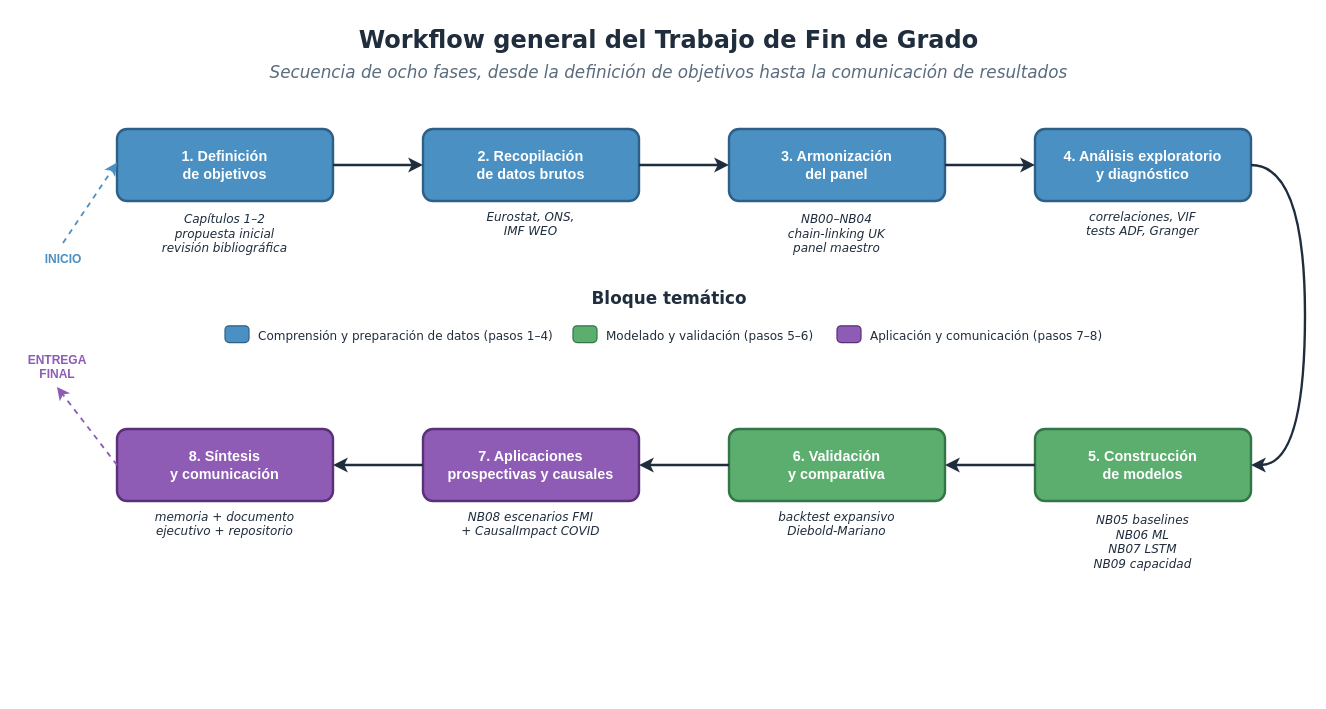
Earlier version of the draw.io diagram schemas/fig_4_2_workflow.drawio (DieGodMF4/Macro-Aviation-Tourism-Modeling). Source tidied: cells renumbered, new cells numbered last; positions are measured from the earlier drawing's top-left corner, leaving out a move shared by most shapes. Both pictures are drawn from the tidied source at 120%, with x=0, y=0 at pixel (20, 20).
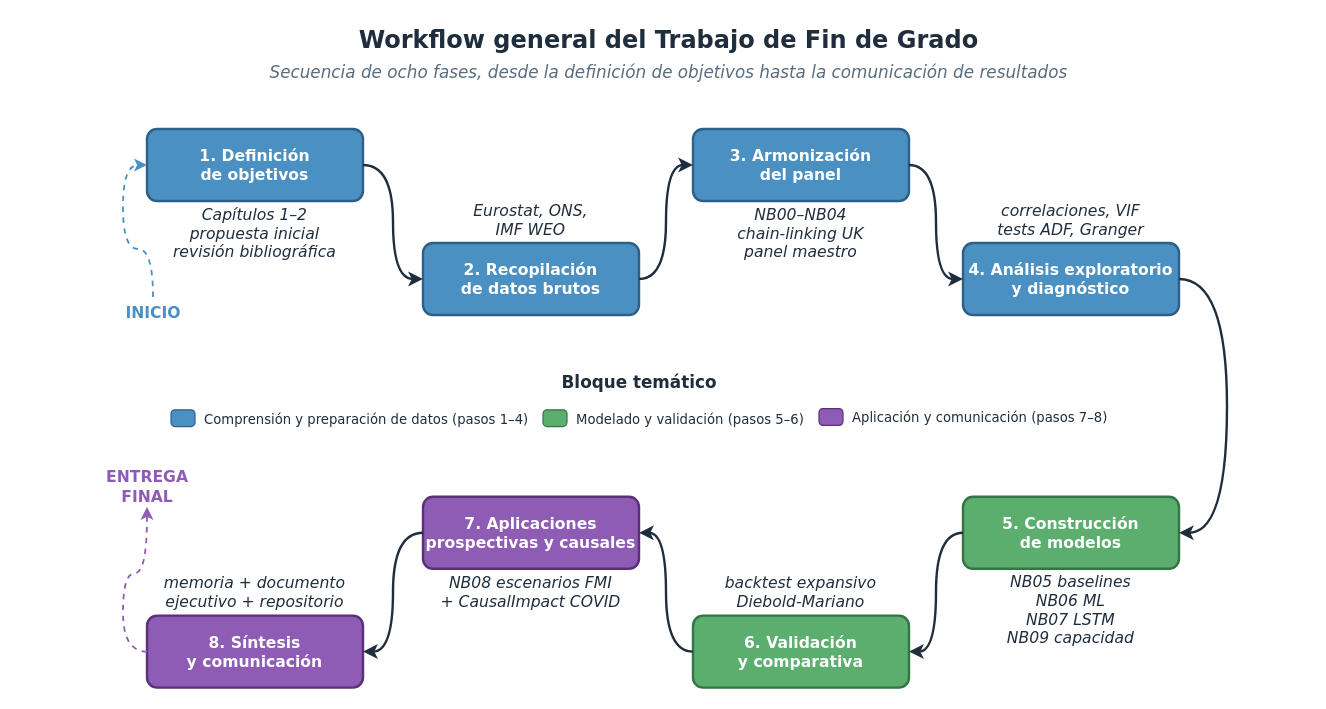
The same diagram, later.

Diff of the diagram source:
```diff
@@
-    <mxCell id="4" value="INICIO" style="text;html=1;strokeColor=none;fillColor=none;align=center;verticalAlign=middle;fontSize=10;fontStyle=1;fontColor=#4A90C2;" parent="1" vertex="1">
-      <mxGeometry y="185" width="70" height="25" as="geometry" />
+    <mxCell id="4" value="INICIO" style="text;html=1;strokeColor=none;fillColor=none;align=center;verticalAlign=middle;fontSize=13;fontStyle=1;fontColor=#4A90C2;fontFamily=Verdana;" parent="1" vertex="1">
+      <mxGeometry x="75" y="230" width="70" height="25" as="geometry" />
     </mxCell>
-    <mxCell id="5" value="ENTREGA&#10;FINAL" style="text;html=1;strokeColor=none;fillColor=none;align=center;verticalAlign=middle;fontSize=10;fontStyle=1;fontColor=#8E5BB5;" parent="1" vertex="1">
-      <mxGeometry y="270" width="60" height="35" as="geometry" />
+    <mxCell id="5" value="ENTREGA&#10;FINAL" style="text;html=1;strokeColor=none;fillColor=none;align=center;verticalAlign=middle;fontSize=13;fontStyle=1;fontColor=#8E5BB5;fontFamily=Verdana;" parent="1" vertex="1">
+      <mxGeometry x="75" y="370" width="60" height="35" as="geometry" />
     </mxCell>
-    <mxCell id="6" value="1. Definición&#10;de objetivos" style="rounded=1;whiteSpace=wrap;html=1;fillColor=#4A90C2;strokeColor=#2E5F87;strokeWidth=2;fontColor=#FFFFFF;fontSize=12;fontStyle=1;arcSize=14;" parent="1" vertex="1">
-      <mxGeometry x="80" y="90" width="180" height="60" as="geometry" />
+    <mxCell id="6" value="1. Definición&#10;de objetivos" style="rounded=1;whiteSpace=wrap;html=1;fillColor=#4A90C2;strokeColor=#2E5F87;strokeWidth=2;fontColor=#FFFFFF;fontSize=13;fontStyle=1;arcSize=14;fontFamily=Verdana;" parent="1" vertex="1">
+      <mxGeometry x="105" y="90" width="180" height="60" as="geometry" />
     </mxCell>
-    <mxCell id="7" value="&lt;font face=&quot;Verdana&quot;&gt;Capítulos 1–2&lt;br&gt;propuesta inicial&lt;br&gt;revisión bibliográfica&lt;/font&gt;" style="text;html=1;strokeColor=none;fillColor=none;align=center;verticalAlign=middle;fontSize=10;fontStyle=2;fontColor=#1F2D3D;whiteSpace=wrap;" parent="1" vertex="1">
-      <mxGeometry x="80" y="153" width="180" height="48" as="geometry" />
+    <mxCell id="7" value="&lt;font&gt;Capítulos 1–2&lt;br&gt;propuesta inicial&lt;br&gt;revisión bibliográfica&lt;/font&gt;" style="text;html=1;strokeColor=none;fillColor=none;align=center;verticalAlign=middle;fontSize=13;fontStyle=2;fontColor=#1F2D3D;whiteSpace=wrap;fontFamily=Verdana;" parent="1" vertex="1">
+      <mxGeometry x="105" y="153" width="180" height="48" as="geometry" />
     </mxCell>
-    <mxCell id="8" value="2. Recopilación&#10;de datos brutos" style="rounded=1;whiteSpace=wrap;html=1;fillColor=#4A90C2;strokeColor=#2E5F87;strokeWidth=2;fontColor=#FFFFFF;fontSize=12;fontStyle=1;arcSize=14;" parent="1" vertex="1">
-      <mxGeometry x="335" y="90" width="180" height="60" as="geometry" />
+    <mxCell id="8" value="2. Recopilación&#10;de datos brutos" style="rounded=1;whiteSpace=wrap;html=1;fillColor=#4A90C2;strokeColor=#2E5F87;strokeWidth=2;fontColor=#FFFFFF;fontSize=13;fontStyle=1;arcSize=14;fontFamily=Verdana;" parent="1" vertex="1">
+      <mxGeometry x="335" y="185" width="180" height="60" as="geometry" />
     </mxCell>
-    <mxCell id="9" value="&lt;font face=&quot;Verdana&quot;&gt;Eurostat, ONS,&lt;br&gt;IMF WEO&lt;/font&gt;" style="text;html=1;strokeColor=none;fillColor=none;align=center;verticalAlign=middle;fontSize=10;fontStyle=2;fontColor=#1F2D3D;whiteSpace=wrap;" parent="1" vertex="1">
-      <mxGeometry x="335" y="153" width="180" height="32" as="geometry" />
+    <mxCell id="9" value="&lt;font&gt;Eurostat, ONS,&lt;br&gt;IMF WEO&lt;/font&gt;" style="text;html=1;strokeColor=none;fillColor=none;align=center;verticalAlign=middle;fontSize=13;fontStyle=2;fontColor=#1F2D3D;whiteSpace=wrap;fontFamily=Verdana;" parent="1" vertex="1">
+      <mxGeometry x="335" y="150" width="180" height="32" as="geometry" />
     </mxCell>
-    <mxCell id="10" value="3. Armonización&#10;del panel" style="rounded=1;whiteSpace=wrap;html=1;fillColor=#4A90C2;strokeColor=#2E5F87;strokeWidth=2;fontColor=#FFFFFF;fontSize=12;fontStyle=1;arcSize=14;" parent="1" vertex="1">
-      <mxGeometry x="590" y="90" width="180" height="60" as="geometry" />
+    <mxCell id="10" value="3. Armonización&#10;del panel" style="rounded=1;whiteSpace=wrap;html=1;fillColor=#4A90C2;strokeColor=#2E5F87;strokeWidth=2;fontColor=#FFFFFF;fontSize=13;fontStyle=1;arcSize=14;fontFamily=Verdana;" parent="1" vertex="1">
+      <mxGeometry x="560" y="90" width="180" height="60" as="geometry" />
     </mxCell>
-    <mxCell id="11" value="&lt;font face=&quot;Verdana&quot;&gt;NB00–NB04&lt;br&gt;chain-linking UK&lt;br&gt;panel maestro&lt;/font&gt;" style="text;html=1;strokeColor=none;fillColor=none;align=center;verticalAlign=middle;fontSize=10;fontStyle=2;fontColor=#1F2D3D;whiteSpace=wrap;" parent="1" vertex="1">
-      <mxGeometry x="590" y="153" width="180" height="48" as="geometry" />
+    <mxCell id="11" value="&lt;font&gt;NB00–NB04&lt;br&gt;chain-linking UK&lt;br&gt;panel maestro&lt;/font&gt;" style="text;html=1;strokeColor=none;fillColor=none;align=center;verticalAlign=middle;fontSize=13;fontStyle=2;fontColor=#1F2D3D;whiteSpace=wrap;fontFamily=Verdana;" parent="1" vertex="1">
+      <mxGeometry x="560" y="153" width="180" height="48" as="geometry" />
     </mxCell>
-    <mxCell id="12" value="4. Análisis exploratorio&#10;y diagnóstico" style="rounded=1;whiteSpace=wrap;html=1;fillColor=#4A90C2;strokeColor=#2E5F87;strokeWidth=2;fontColor=#FFFFFF;fontSize=12;fontStyle=1;arcSize=14;" parent="1" vertex="1">
-      <mxGeometry x="845" y="90" width="180" height="60" as="geometry" />
+    <mxCell id="12" value="4. Análisis exploratorio&#10;y diagnóstico" style="rounded=1;whiteSpace=wrap;html=1;fillColor=#4A90C2;strokeColor=#2E5F87;strokeWidth=2;fontColor=#FFFFFF;fontSize=13;fontStyle=1;arcSize=14;fontFamily=Verdana;" parent="1" vertex="1">
+      <mxGeometry x="785" y="185" width="180" height="60" as="geometry" />
     </mxCell>
-    <mxCell id="13" value="&lt;font face=&quot;Verdana&quot;&gt;correlaciones, VIF&lt;br&gt;tests ADF, Granger&lt;/font&gt;" style="text;html=1;strokeColor=none;fillColor=none;align=center;verticalAlign=middle;fontSize=10;fontStyle=2;fontColor=#1F2D3D;whiteSpace=wrap;" parent="1" vertex="1">
-      <mxGeometry x="845" y="153" width="180" height="32" as="geometry" />
+    <mxCell id="13" value="&lt;font&gt;correlaciones, VIF&lt;br&gt;tests ADF, Granger&lt;/font&gt;" style="text;html=1;strokeColor=none;fillColor=none;align=center;verticalAlign=middle;fontSize=13;fontStyle=2;fontColor=#1F2D3D;whiteSpace=wrap;fontFamily=Verdana;" parent="1" vertex="1">
+      <mxGeometry x="785" y="150" width="180" height="32" as="geometry" />
     </mxCell>
-    <mxCell id="14" value="5. Construcción&#10;de modelos" style="rounded=1;whiteSpace=wrap;html=1;fillColor=#5BAE6E;strokeColor=#327547;strokeWidth=2;fontColor=#FFFFFF;fontSize=12;fontStyle=1;arcSize=14;" parent="1" vertex="1">
-      <mxGeometry x="845" y="340" width="180" height="60" as="geometry" />
+    <mxCell id="14" value="5. Construcción&#10;de modelos" style="rounded=1;whiteSpace=wrap;html=1;fillColor=#5BAE6E;strokeColor=#327547;strokeWidth=2;fontColor=#FFFFFF;fontSize=13;fontStyle=1;arcSize=14;fontFamily=Verdana;" parent="1" vertex="1">
+      <mxGeometry x="785" y="396.5" width="180" height="60" as="geometry" />
     </mxCell>
-    <mxCell id="15" value="&lt;font face=&quot;Verdana&quot;&gt;NB05 baselines&lt;br&gt;NB06 ML&lt;br&gt;NB07 LSTM&lt;br&gt;NB09 capacidad&lt;/font&gt;" style="text;html=1;strokeColor=none;fillColor=none;align=center;verticalAlign=middle;fontSize=10;fontStyle=2;fontColor=#1F2D3D;whiteSpace=wrap;" parent="1" vertex="1">
-      <mxGeometry x="845" y="403" width="180" height="62" as="geometry" />
+    <mxCell id="15" value="&lt;font&gt;NB05 baselines&lt;br&gt;NB06 ML&lt;br&gt;NB07 LSTM&lt;br&gt;NB09 capacidad&lt;/font&gt;" style="text;html=1;strokeColor=none;fillColor=none;align=center;verticalAlign=middle;fontSize=13;fontStyle=2;fontColor=#1F2D3D;whiteSpace=wrap;fontFamily=Verdana;" parent="1" vertex="1">
+      <mxGeometry x="785" y="459.5" width="180" height="62" as="geometry" />
     </mxCell>
-    <mxCell id="16" value="6. Validación&#10;y comparativa" style="rounded=1;whiteSpace=wrap;html=1;fillColor=#5BAE6E;strokeColor=#327547;strokeWidth=2;fontColor=#FFFFFF;fontSize=12;fontStyle=1;arcSize=14;" parent="1" vertex="1">
-      <mxGeometry x="590" y="340" width="180" height="60" as="geometry" />
+    <mxCell id="16" value="6. Validación&#10;y comparativa" style="rounded=1;whiteSpace=wrap;html=1;fillColor=#5BAE6E;strokeColor=#327547;strokeWidth=2;fontColor=#FFFFFF;fontSize=13;fontStyle=1;arcSize=14;fontFamily=Verdana;" parent="1" vertex="1">
+      <mxGeometry x="560" y="495.5" width="180" height="60" as="geometry" />
     </mxCell>
-    <mxCell id="17" value="&lt;font face=&quot;Verdana&quot;&gt;backtest expansivo&lt;br&gt;Diebold-Mariano&lt;/font&gt;" style="text;html=1;strokeColor=none;fillColor=none;align=center;verticalAlign=middle;fontSize=10;fontStyle=2;fontColor=#1F2D3D;whiteSpace=wrap;" parent="1" vertex="1">
-      <mxGeometry x="590" y="403" width="180" height="32" as="geometry" />
+    <mxCell id="17" value="&lt;font&gt;backtest expansivo&lt;br&gt;Diebold-Mariano&lt;/font&gt;" style="text;html=1;strokeColor=none;fillColor=none;align=center;verticalAlign=middle;fontSize=13;fontStyle=2;fontColor=#1F2D3D;whiteSpace=wrap;fontFamily=Verdana;" parent="1" vertex="1">
+      <mxGeometry x="560" y="460" width="180" height="32" as="geometry" />
     </mxCell>
-    <mxCell id="18" value="7. Aplicaciones&#10;prospectivas y causales" style="rounded=1;whiteSpace=wrap;html=1;fillColor=#8E5BB5;strokeColor=#5A3079;strokeWidth=2;fontColor=#FFFFFF;fontSize=12;fontStyle=1;arcSize=14;" parent="1" vertex="1">
-      <mxGeometry x="335" y="340" width="180" height="60" as="geometry" />
+    <mxCell id="18" value="7. Aplicaciones&#10;prospectivas y causales" style="rounded=1;whiteSpace=wrap;html=1;fillColor=#8E5BB5;strokeColor=#5A3079;strokeWidth=2;fontColor=#FFFFFF;fontSize=13;fontStyle=1;arcSize=14;fontFamily=Verdana;" parent="1" vertex="1">
+      <mxGeometry x="335" y="396.5" width="180" height="60" as="geometry" />
     </mxCell>
-    <mxCell id="19" value="&lt;font face=&quot;Verdana&quot;&gt;NB08 escenarios FMI&lt;br&gt;+ CausalImpact COVID&lt;/font&gt;" style="text;html=1;strokeColor=none;fillColor=none;align=center;verticalAlign=middle;fontSize=10;fontStyle=2;fontColor=#1F2D3D;whiteSpace=wrap;" parent="1" vertex="1">
-      <mxGeometry x="335" y="403" width="180" height="32" as="geometry" />
+    <mxCell id="19" value="&lt;font&gt;NB08 escenarios FMI&lt;br&gt;+ CausalImpact COVID&lt;/font&gt;" style="text;html=1;strokeColor=none;fillColor=none;align=center;verticalAlign=middle;fontSize=13;fontStyle=2;fontColor=#1F2D3D;whiteSpace=wrap;fontFamily=Verdana;" parent="1" vertex="1">
+      <mxGeometry x="335" y="459.5" width="180" height="32" as="geometry" />
     </mxCell>
-    <mxCell id="20" value="8. Síntesis&#10;y comunicación" style="rounded=1;whiteSpace=wrap;html=1;fillColor=#8E5BB5;strokeColor=#5A3079;strokeWidth=2;fontColor=#FFFFFF;fontSize=12;fontStyle=1;arcSize=14;" parent="1" vertex="1">
-      <mxGeometry x="80" y="340" width="180" height="60" as="geometry" />
+    <mxCell id="20" value="8. Síntesis&#10;y comunicación" style="rounded=1;whiteSpace=wrap;html=1;fillColor=#8E5BB5;strokeColor=#5A3079;strokeWidth=2;fontColor=#FFFFFF;fontSize=13;fontStyle=1;arcSize=14;fontFamily=Verdana;" parent="1" vertex="1">
+      <mxGeometry x="105" y="495.5" width="180" height="60" as="geometry" />
     </mxCell>
-    <mxCell id="21" value="&lt;font face=&quot;Verdana&quot;&gt;memoria + documento&lt;br&gt;ejecutivo + repositorio&lt;/font&gt;" style="text;html=1;strokeColor=none;fillColor=none;align=center;verticalAlign=middle;fontSize=10;fontStyle=2;fontColor=#1F2D3D;whiteSpace=wrap;" parent="1" vertex="1">
-      <mxGeometry x="80" y="403" width="180" height="32" as="geometry" />
+    <mxCell id="21" value="&lt;font&gt;memoria + documento&lt;br&gt;ejecutivo + repositorio&lt;/font&gt;" style="text;html=1;strokeColor=none;fillColor=none;align=center;verticalAlign=middle;fontSize=13;fontStyle=2;fontColor=#1F2D3D;whiteSpace=wrap;fontFamily=Verdana;" parent="1" vertex="1">
+      <mxGeometry x="105" y="460" width="180" height="32" as="geometry" />
     </mxCell>
-    <mxCell id="22" style="endArrow=classic;html=1;rounded=0;strokeWidth=2;strokeColor=#1F2D3D;endFill=1;exitX=1;exitY=0.5;exitDx=0;exitDy=0;entryX=0;entryY=0.5;entryDx=0;entryDy=0;" parent="1" edge="1" source="6" target="8">
+    <mxCell id="22" style="endArrow=classic;html=1;rounded=0;strokeWidth=2;strokeColor=#1F2D3D;endFill=1;exitX=1;exitY=0.5;exitDx=0;exitDy=0;entryX=0;entryY=0.5;entryDx=0;entryDy=0;fontFamily=Verdana;edgeStyle=orthogonalEdgeStyle;curved=1;" parent="1" edge="1" source="6" target="8">
       <mxGeometry relative="1" as="geometry" />
     </mxCell>
-    <mxCell id="23" style="endArrow=classic;html=1;rounded=0;strokeWidth=2;strokeColor=#1F2D3D;endFill=1;exitX=1;exitY=0.5;exitDx=0;exitDy=0;entryX=0;entryY=0.5;entryDx=0;entryDy=0;" parent="1" edge="1" source="8" target="10">
+    <mxCell id="23" style="endArrow=classic;html=1;rounded=0;strokeWidth=2;strokeColor=#1F2D3D;endFill=1;exitX=1;exitY=0.5;exitDx=0;exitDy=0;entryX=0;entryY=0.5;entryDx=0;entryDy=0;fontFamily=Verdana;edgeStyle=orthogonalEdgeStyle;curved=1;" parent="1" edge="1" source="8" target="10">
       <mxGeometry relative="1" as="geometry" />
     </mxCell>
-    <mxCell id="24" style="endArrow=classic;html=1;rounded=0;strokeWidth=2;strokeColor=#1F2D3D;endFill=1;exitX=1;exitY=0.5;exitDx=0;exitDy=0;entryX=0;entryY=0.5;entryDx=0;entryDy=0;" parent="1" edge="1" source="10" target="12">
+    <mxCell id="24" style="endArrow=classic;html=1;rounded=0;strokeWidth=2;strokeColor=#1F2D3D;endFill=1;exitX=1;exitY=0.5;exitDx=0;exitDy=0;entryX=0;entryY=0.5;entryDx=0;entryDy=0;fontFamily=Verdana;edgeStyle=orthogonalEdgeStyle;curved=1;" parent="1" edge="1" source="10" target="12">
       <mxGeometry relative="1" as="geometry" />
     </mxCell>
-    <mxCell id="25" style="endArrow=classic;html=1;rounded=0;strokeWidth=2;strokeColor=#1F2D3D;endFill=1;exitX=1;exitY=0.5;exitDx=0;exitDy=0;entryX=1;entryY=0.5;entryDx=0;entryDy=0;edgeStyle=orthogonalEdgeStyle;curved=1;" parent="1" edge="1" source="12" target="14">
+    <mxCell id="25" style="endArrow=classic;html=1;rounded=0;strokeWidth=2;strokeColor=#1F2D3D;endFill=1;exitX=1;exitY=0.5;exitDx=0;exitDy=0;entryX=1;entryY=0.5;entryDx=0;entryDy=0;fontFamily=Verdana;edgeStyle=orthogonalEdgeStyle;curved=1;" parent="1" edge="1" source="12" target="14">
       <mxGeometry relative="1" as="geometry">
         <Array as="points">
-          <mxPoint x="1070" y="120" />
-          <mxPoint x="1070" y="370" />
+          <mxPoint x="1005" y="215" />
+          <mxPoint x="1005" y="427" />
         </Array>
       </mxGeometry>
     </mxCell>
-    <mxCell id="26" style="endArrow=classic;html=1;rounded=0;strokeWidth=2;strokeColor=#1F2D3D;endFill=1;exitX=0;exitY=0.5;exitDx=0;exitDy=0;entryX=1;entryY=0.5;entryDx=0;entryDy=0;" parent="1" edge="1" source="14" target="16">
+    <mxCell id="26" style="endArrow=classic;html=1;rounded=0;strokeWidth=2;strokeColor=#1F2D3D;endFill=1;exitX=0;exitY=0.5;exitDx=0;exitDy=0;entryX=1;entryY=0.5;entryDx=0;entryDy=0;fontFamily=Verdana;edgeStyle=orthogonalEdgeStyle;curved=1;" parent="1" edge="1" source="14" target="16">
       <mxGeometry relative="1" as="geometry" />
     </mxCell>
-    <mxCell id="27" style="endArrow=classic;html=1;rounded=0;strokeWidth=2;strokeColor=#1F2D3D;endFill=1;exitX=0;exitY=0.5;exitDx=0;exitDy=0;entryX=1;entryY=0.5;entryDx=0;entryDy=0;" parent="1" edge="1" source="16" target="18">
+    <mxCell id="27" style="endArrow=classic;html=1;rounded=0;strokeWidth=2;strokeColor=#1F2D3D;endFill=1;exitX=0;exitY=0.5;exitDx=0;exitDy=0;entryX=1;entryY=0.5;entryDx=0;entryDy=0;fontFamily=Verdana;edgeStyle=orthogonalEdgeStyle;curved=1;" parent="1" edge="1" source="16" target="18">
       <mxGeometry relative="1" as="geometry" />
     </mxCell>
-    <mxCell id="28" style="endArrow=classic;html=1;rounded=0;strokeWidth=2;strokeColor=#1F2D3D;endFill=1;exitX=0;exitY=0.5;exitDx=0;exitDy=0;entryX=1;entryY=0.5;entryDx=0;entryDy=0;" parent="1" edge="1" source="18" target="20">
+    <mxCell id="28" style="endArrow=classic;html=1;rounded=0;strokeWidth=2;strokeColor=#1F2D3D;endFill=1;exitX=0;exitY=0.5;exitDx=0;exitDy=0;entryX=1;entryY=0.5;entryDx=0;entryDy=0;fontFamily=Verdana;edgeStyle=orthogonalEdgeStyle;curved=1;" parent="1" edge="1" source="18" target="20">
       <mxGeometry relative="1" as="geometry" />
     </mxCell>
-    <mxCell id="29" style="endArrow=classic;html=1;rounded=0;strokeWidth=1.5;strokeColor=#4A90C2;endFill=1;dashed=1;exitX=0.5;exitY=0;exitDx=0;exitDy=0;" parent="1" edge="1" source="4">
+    <mxCell id="29" style="endArrow=classic;html=1;rounded=0;strokeWidth=1.5;strokeColor=#4A90C2;endFill=1;dashed=1;exitX=0.5;exitY=0;exitDx=0;exitDy=0;fontFamily=Verdana;entryX=0;entryY=0.5;entryDx=0;entryDy=0;edgeStyle=orthogonalEdgeStyle;curved=1;" parent="1" edge="1" source="4" target="6">
       <mxGeometry relative="1" as="geometry">
-        <mxPoint x="80" y="118" as="targetPoint" />
+        <Array as="points">
+          <mxPoint x="110" y="190" />
+          <mxPoint x="85" y="190" />
+          <mxPoint x="85" y="120" />
+        </Array>
       </mxGeometry>
     </mxCell>
-    <mxCell id="30" style="endArrow=classic;html=1;rounded=0;strokeWidth=1.5;strokeColor=#8E5BB5;endFill=1;dashed=1;entryX=0.5;entryY=1;entryDx=0;entryDy=0;" parent="1" edge="1" target="5">
+    <mxCell id="30" style="endArrow=classic;html=1;rounded=0;strokeWidth=1.5;strokeColor=#8E5BB5;endFill=1;dashed=1;entryX=0.5;entryY=1;entryDx=0;entryDy=0;fontFamily=Verdana;edgeStyle=orthogonalEdgeStyle;curved=1;exitX=0;exitY=0.5;exitDx=0;exitDy=0;" parent="1" edge="1" source="20" target="5">
       <mxGeometry relative="1" as="geometry">
-        <mxPoint x="80" y="370" as="sourcePoint" />
+        <Array as="points">
+          <mxPoint x="85" y="526" />
+          <mxPoint x="85" y="460" />
+          <mxPoint x="105" y="460" />
+        </Array>
       </mxGeometry>
     </mxCell>
     <mxCell id="31" value="&lt;font style=&quot;font-size: 14px;&quot; face=&quot;Verdana&quot;&gt;Bloque temático&lt;/font&gt;" style="text;html=1;strokeColor=none;fillColor=none;align=center;verticalAlign=middle;fontSize=11;fontStyle=1;fontColor=#1F2D3D;" parent="1" vertex="1">
-      <mxGeometry x="495" y="220" width="90" height="22" as="geometry" />
+      <mxGeometry x="470" y="290" width="90" height="22" as="geometry" />
     </mxCell>
     <mxCell id="32" style="rounded=1;whiteSpace=wrap;html=1;fillColor=#4A90C2;strokeColor=#2E5F87;arcSize=24;" parent="1" vertex="1">
-      <mxGeometry x="170" y="254" width="20" height="14" as="geometry" />
+      <mxGeometry x="125" y="324" width="20" height="14" as="geometry" />
     </mxCell>
-    <mxCell id="33" value="&lt;font face=&quot;Verdana&quot;&gt;Comprensión y preparación de datos (pasos 1–4)&lt;/font&gt;" style="text;html=1;strokeColor=none;fillColor=none;align=left;verticalAlign=middle;fontSize=10;fontColor=#1F2D3D;" parent="1" vertex="1">
-      <mxGeometry x="196" y="252" width="250" height="20" as="geometry" />
+    <mxCell id="33" value="&lt;font face=&quot;Verdana&quot;&gt;Comprensión y preparación de datos (pasos 1–4)&lt;/font&gt;" style="text;html=1;strokeColor=none;fillColor=none;align=left;verticalAlign=middle;fontSize=11;fontColor=#1F2D3D;" parent="1" vertex="1">
+      <mxGeometry x="151" y="322" width="250" height="20" as="geometry" />
     </mxCell>
     <mxCell id="34" style="rounded=1;whiteSpace=wrap;html=1;fillColor=#5BAE6E;strokeColor=#327547;arcSize=24;" parent="1" vertex="1">
-      <mxGeometry x="460" y="254" width="20" height="14" as="geometry" />
+      <mxGeometry x="435" y="324" width="20" height="14" as="geometry" />
     </mxCell>
-    <mxCell id="35" value="&lt;font face=&quot;Verdana&quot;&gt;Modelado y validación (pasos 5–6)&lt;/font&gt;" style="text;html=1;strokeColor=none;fillColor=none;align=left;verticalAlign=middle;fontSize=10;fontColor=#1F2D3D;" parent="1" vertex="1">
-      <mxGeometry x="486" y="252" width="224" height="20" as="geometry" />
+    <mxCell id="35" value="&lt;font face=&quot;Verdana&quot;&gt;Modelado y validación (pasos 5–6)&lt;/font&gt;" style="text;html=1;strokeColor=none;fillColor=none;align=left;verticalAlign=middle;fontSize=11;fontColor=#1F2D3D;" parent="1" vertex="1">
+      <mxGeometry x="461" y="322" width="224" height="20" as="geometry" />
     </mxCell>
-    <mxCell id="36" style="rounded=1;whiteSpace=wrap;html=1;fillColor=#8E5BB5;strokeColor=#5A3079;arcSize=24;" parent="1" vertex="1">
-      <mxGeometry x="680" y="254" width="20" height="14" as="geometry" />
+    <mxCell id="36" style="rounded=1;whiteSpace=wrap;html=1;fillColor=#8E5BB5;strokeColor=#5A3079;arcSize=24;fontFamily=Verdana;" parent="1" vertex="1">
+      <mxGeometry x="665" y="323" width="20" height="14" as="geometry" />
     </mxCell>
-    <mxCell id="37" value="&lt;font face=&quot;Verdana&quot;&gt;Aplicación y comunicación (pasos 7–8)&lt;/font&gt;" style="text;html=1;strokeColor=none;fillColor=none;align=left;verticalAlign=middle;fontSize=10;fontColor=#1F2D3D;" parent="1" vertex="1">
-      <mxGeometry x="706" y="252" width="280" height="20" as="geometry" />
+    <mxCell id="37" value="&lt;font&gt;Aplicación y comunicación (pasos 7–8)&lt;/font&gt;" style="text;html=1;strokeColor=none;fillColor=none;align=left;verticalAlign=middle;fontSize=11;fontColor=#1F2D3D;fontFamily=Verdana;" parent="1" vertex="1">
+      <mxGeometry x="691" y="321" width="280" height="20" as="geometry" />
     </mxCell>
```
